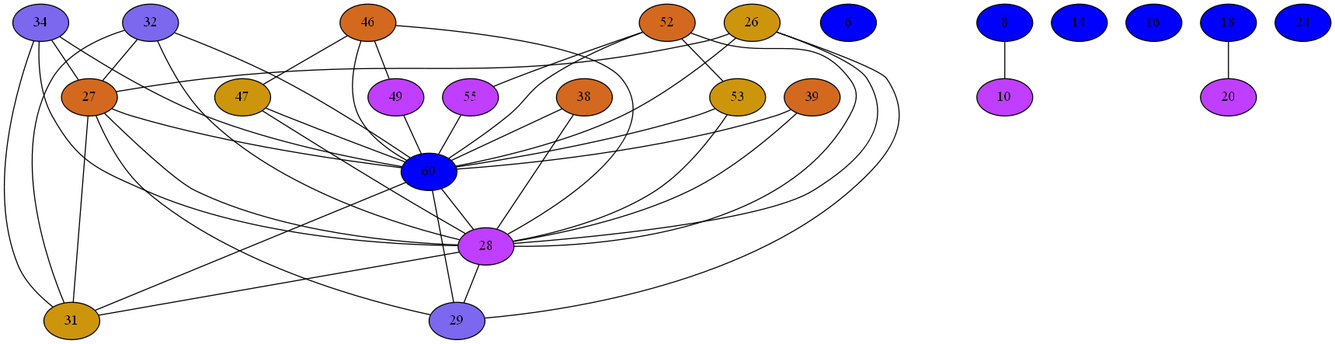
Before: Compiler/3iGraph.png, a diagram exported from Graphviz (mbajaj92/Project-Astoria). Its source is kept beside it as Compiler/3iGraph.dot.
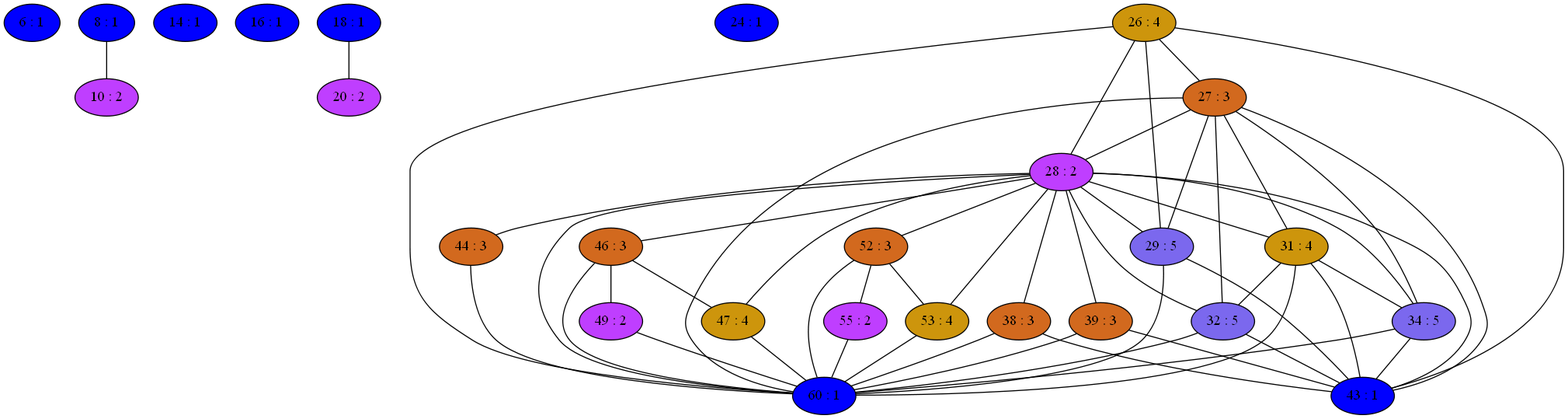
After the change.

Change to the diagram source:
```diff
@@ -1,74 +1,123 @@
 strict graph {
-32[label="32" style=filled fillcolor="mediumslateblue"];
+6[label="6 : 1" style=filled fillcolor="blue1"];
+8[label="8 : 1" style=filled fillcolor="blue1"];
+8 -- 10
+10[label="10 : 2" style=filled fillcolor="darkorchid1"];
+10 -- 8
+14[label="14 : 1" style=filled fillcolor="blue1"];
+16[label="16 : 1" style=filled fillcolor="blue1"];
+18[label="18 : 1" style=filled fillcolor="blue1"];
+18 -- 20
+20[label="20 : 2" style=filled fillcolor="darkorchid1"];
+20 -- 18
+24[label="24 : 1" style=filled fillcolor="blue1"];
+26[label="26 : 4" style=filled fillcolor="darkgoldenrod3"];
+26 -- 27
+26 -- 43
+26 -- 28
+26 -- 60
+26 -- 29
+27[label="27 : 3" style=filled fillcolor="chocolate"];
+27 -- 32
+27 -- 34
+27 -- 26
+27 -- 43
+27 -- 28
+27 -- 60
+27 -- 29
+27 -- 31
+28[label="28 : 2" style=filled fillcolor="darkorchid1"];
+28 -- 32
+28 -- 34
+28 -- 38
+28 -- 39
+28 -- 43
+28 -- 44
+28 -- 46
+28 -- 47
+28 -- 52
+28 -- 53
+28 -- 26
+28 -- 27
+28 -- 60
+28 -- 29
+28 -- 31
+29[label="29 : 5" style=filled fillcolor="mediumslateblue"];
+29 -- 26
+29 -- 43
+29 -- 27
+29 -- 60
+29 -- 28
+31[label="31 : 4" style=filled fillcolor="darkgoldenrod3"];
+31 -- 32
+31 -- 34
+31 -- 43
+31 -- 27
+31 -- 60
+31 -- 28
+32[label="32 : 5" style=filled fillcolor="mediumslateblue"];
+32 -- 43
 32 -- 27
 32 -- 60
 32 -- 28
 32 -- 31
-34[label="34" style=filled fillcolor="mediumslateblue"];
+34[label="34 : 5" style=filled fillcolor="mediumslateblue"];
+34 -- 43
 34 -- 27
 34 -- 60
 34 -- 28
 34 -- 31
-6[label="6" style=filled fillcolor="blue1"];
-38[label="38" style=filled fillcolor="chocolate"];
+38[label="38 : 3" style=filled fillcolor="chocolate"];
+38 -- 43
 38 -- 60
 38 -- 28
-39[label="39" style=filled fillcolor="chocolate"];
+39[label="39 : 3" style=filled fillcolor="chocolate"];
+39 -- 43
 39 -- 60
 39 -- 28
-8[label="8" style=filled fillcolor="blue1"];
-8 -- 10
-10[label="10" style=filled fillcolor="darkorchid1"];
-10 -- 8
-14[label="14" style=filled fillcolor="blue1"];
-46[label="46" style=filled fillcolor="chocolate"];
+43[label="43 : 1" style=filled fillcolor="blue1"];
+43 -- 32
+43 -- 34
+43 -- 38
+43 -- 39
+43 -- 26
+43 -- 27
+43 -- 28
+43 -- 29
+43 -- 31
+44[label="44 : 3" style=filled fillcolor="chocolate"];
+44 -- 60
+44 -- 28
+46[label="46 : 3" style=filled fillcolor="chocolate"];
 46 -- 49
 46 -- 60
 46 -- 28
 46 -- 47
-47[label="47" style=filled fillcolor="darkgoldenrod3"];
+47[label="47 : 4" style=filled fillcolor="darkgoldenrod3"];
 47 -- 60
 47 -- 28
 47 -- 46
-16[label="16" style=filled fillcolor="blue1"];
-49[label="49" style=filled fillcolor="darkorchid1"];
+49[label="49 : 2" style=filled fillcolor="darkorchid1"];
 49 -- 60
 49 -- 46
-18[label="18" style=filled fillcolor="blue1"];
-18 -- 20
-20[label="20" style=filled fillcolor="darkorchid1"];
-20 -- 18
-52[label="52" style=filled fillcolor="chocolate"];
+52[label="52 : 3" style=filled fillcolor="chocolate"];
 52 -- 53
 52 -- 55
 52 -- 60
 52 -- 28
-53[label="53" style=filled fillcolor="darkgoldenrod3"];
+53[label="53 : 4" style=filled fillcolor="darkgoldenrod3"];
 53 -- 52
 53 -- 60
 53 -- 28
-55[label="55" style=filled fillcolor="darkorchid1"];
+55[label="55 : 2" style=filled fillcolor="darkorchid1"];
 55 -- 52
 55 -- 60
-24[label="24" style=filled fillcolor="blue1"];
-26[label="26" style=filled fillcolor="darkgoldenrod3"];
-26 -- 27
-26 -- 28
-26 -- 60
-26 -- 29
-27[label="27" style=filled fillcolor="chocolate"];
-27 -- 32
-27 -- 34
-27 -- 26
-27 -- 28
-27 -- 60
-27 -- 29
-27 -- 31
-60[label="60" style=filled fillcolor="blue1"];
+60[label="60 : 1" style=filled fillcolor="blue1"];
 60 -- 32
 60 -- 34
 60 -- 38
 60 -- 39
+60 -- 44
 60 -- 46
 60 -- 47
 60 -- 49
@@ -80,29 +129,4 @@
 60 -- 28
 60 -- 29
 60 -- 31
-28[label="28" style=filled fillcolor="darkorchid1"];
-28 -- 32
-28 -- 34
-28 -- 38
-28 -- 39
-28 -- 46
-28 -- 47
-28 -- 52
-28 -- 53
-28 -- 26
-28 -- 27
-28 -- 60
-28 -- 29
-28 -- 31
-29[label="29" style=filled fillcolor="mediumslateblue"];
-29 -- 26
-29 -- 27
-29 -- 60
-29 -- 28
-31[label="31" style=filled fillcolor="darkgoldenrod3"];
-31 -- 32
-31 -- 34
-31 -- 27
-31 -- 60
-31 -- 28
 }
```
